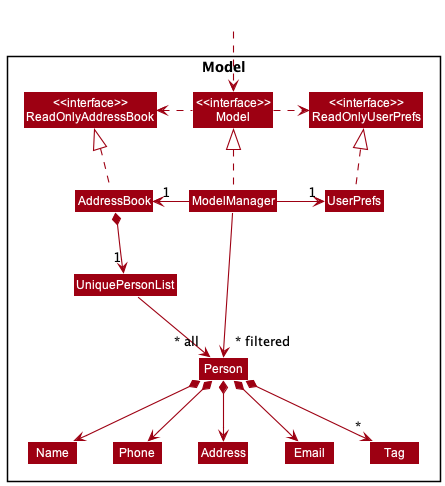
The PlantUML diagram docs/images/ModelClassDiagram.png in nus-cs2103-AY2223S2/tp, before a commit.
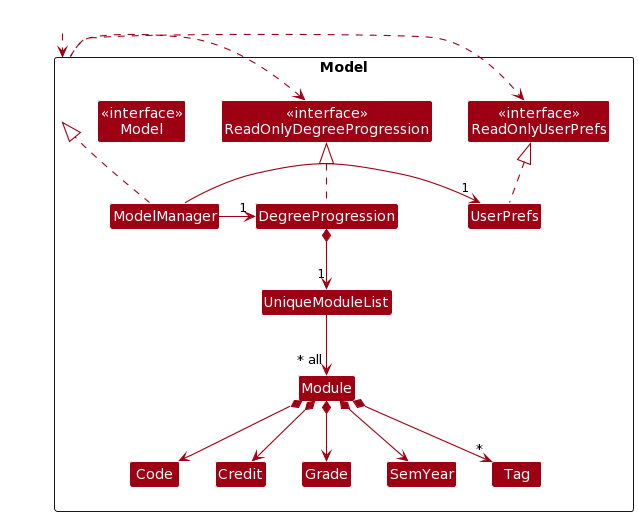
Above is the later version.

The edit, as a diff of the source:
```diff
@@ -1,23 +1,88 @@
 @startuml
-!include style.puml
+!define UI_COLOR #1D8900
+!define UI_COLOR_T1 #83E769
+!define UI_COLOR_T2 #3FC71B
+!define UI_COLOR_T3 #166800
+!define UI_COLOR_T4 #0E4100
+
+!define LOGIC_COLOR #3333C4
+!define LOGIC_COLOR_T1 #C8C8FA
+!define LOGIC_COLOR_T2 #6A6ADC
+!define LOGIC_COLOR_T3 #1616B0
+!define LOGIC_COLOR_T4 #101086
+
+!define MODEL_COLOR #9D0012
+!define MODEL_COLOR_T1 #F97181
+!define MODEL_COLOR_T2 #E41F36
+!define MODEL_COLOR_T3 #7B000E
+!define MODEL_COLOR_T4 #51000A
+
+!define STORAGE_COLOR #A38300
+!define STORAGE_COLOR_T1 #FFE374
+!define STORAGE_COLOR_T2 #EDC520
+!define STORAGE_COLOR_T3 #806600
+!define STORAGE_COLOR_T2 #544400
+
+!define USER_COLOR #000000
+
+skinparam BackgroundColor #FFFFFFF
+
+skinparam Shadowing false
+
+skinparam Class {
+    FontColor #FFFFFF
+    BorderThickness 1
+    BorderColor #FFFFFF
+    StereotypeFontColor #FFFFFF
+    FontName Arial
+}
+
+skinparam Actor {
+    BorderColor USER_COLOR
+    Color USER_COLOR
+    FontName Arial
+}
+
+skinparam Sequence {
+    MessageAlign center
+    BoxFontSize 15
+    BoxPadding 0
+    BoxFontColor #FFFFFF
+    FontName Arial
+}
+
+skinparam Participant {
+    FontColor #FFFFFFF
+    Padding 20
+}
+
+skinparam MinClassWidth 50
+skinparam ParticipantPadding 10
+skinparam Shadowing false
+skinparam DefaultTextAlignment center
+skinparam packageStyle Rectangle
+
+hide footbox
+hide members
+hide circle
 skinparam arrowThickness 1.1
 skinparam arrowColor MODEL_COLOR
 skinparam classBackgroundColor MODEL_COLOR
 
 Package Model <<Rectangle>>{
-Class "<<interface>>\nReadOnlyAddressBook" as ReadOnlyAddressBook
+Class "<<interface>>\nReadOnlyDegreeProgression" as ReadOnlyDegreeProgression
 Class "<<interface>>\nReadOnlyUserPrefs" as ReadOnlyUserPrefs
 Class "<<interface>>\nModel" as Model
-Class AddressBook
+Class DegreeProgression
 Class ModelManager
 Class UserPrefs
 
-Class UniquePersonList
-Class Person
-Class Address
-Class Email
-Class Name
-Class Phone
+Class UniqueModuleList
+Class Module
+Class Grade
+Class SemYear
+Class Code
+Class Credit
 Class Tag
 
 }
@@ -25,26 +90,24 @@
 Class HiddenOutside #FFFFFF
 HiddenOutside ..> Model
 
-AddressBook .up.|> ReadOnlyAddressBook
+DegreeProgression .up.|> ReadOnlyDegreeProgression
 
 ModelManager .up.|> Model
 Model .right.> ReadOnlyUserPrefs
-Model .left.> ReadOnlyAddressBook
-ModelManager -left-> "1" AddressBook
+Model .left.> ReadOnlyDegreeProgression
+ModelManager -left-> "1" DegreeProgression
 ModelManager -right-> "1" UserPrefs
 UserPrefs .up.|> ReadOnlyUserPrefs
 
-AddressBook *--> "1" UniquePersonList
-UniquePersonList --> "~* all" Person
-Person *--> Name
-Person *--> Phone
-Person *--> Email
-Person *--> Address
-Person *--> "*" Tag
+DegreeProgression *--> "1" UniqueModuleList
+UniqueModuleList --> "~* all" Module
+Module *--> Code
+Module *--> Credit
+Module *--> SemYear
+Module *--> Grade
+Module *--> "*" Tag
 
-Name -[hidden]right-> Phone
-Phone -[hidden]right-> Address
-Address -[hidden]right-> Email
-
-ModelManager -->"~* filtered" Person
+Code -[hidden]right-> Credit
+Credit -[hidden]right-> Grade
+Grade -[hidden]right-> SemYear
 @enduml
```
